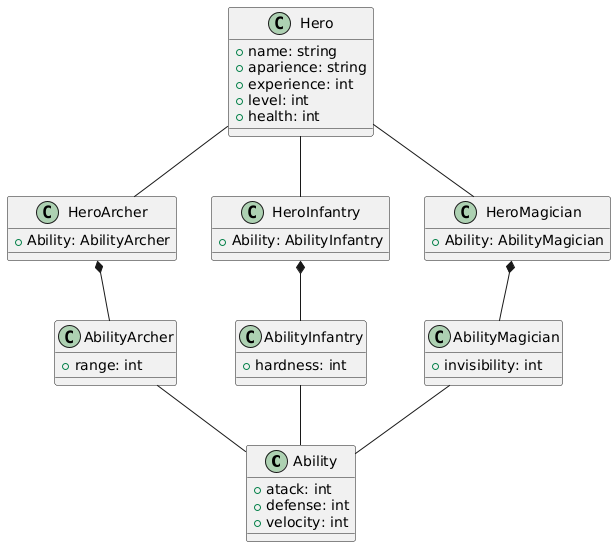
This is Prototype/out/Architecture/classDiagram/classDiagram.png from oscarquiroz94/designPatterns, a PlantUML export, as it was before one commit.
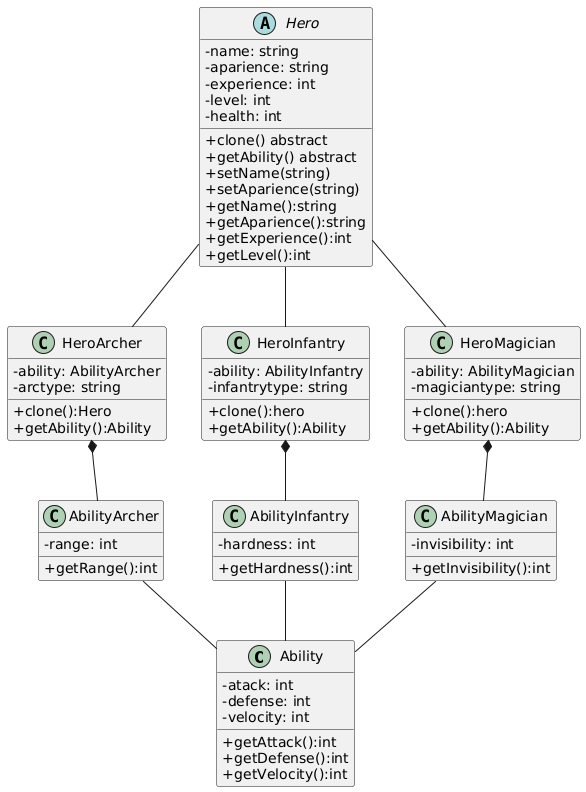
After the change.

Commit message:
review diagram class

What changed in the source:
```diff
@@ -1,37 +1,61 @@
 @startuml
+skinparam classAttributeIconSize 0
 class Ability {
-  +atack: int
-  +defense: int
-  +velocity: int
+  -atack: int
+  -defense: int
+  -velocity: int
+  +getAttack():int
+  +getDefense():int
+  +getVelocity():int
 }
 class AbilityArcher {
-  +range: int
+  -range: int
+  +getRange():int
 }
 class AbilityInfantry {
-  +hardness: int
+  -hardness: int
+  +getHardness():int
 }
 class AbilityMagician {
-  +invisibility: int
+  -invisibility: int
+  +getInvisibility():int
 }
 AbilityArcher -- Ability
 AbilityInfantry -- Ability
 AbilityMagician -- Ability
 
-class Hero{
-  +name: string
-  +aparience: string
-  +experience: int
-  +level: int
-  +health: int
+abstract class Hero{
+  -name: string
+  -aparience: string
+  -experience: int
+  -level: int
+  -health: int
+  +clone() abstract
+  +getAbility() abstract
+  +setName(string)
+  +setAparience(string)
+  +getName():string
+  +getAparience():string
+  +getExperience():int
+  +getLevel():int
 }
 class HeroArcher {
-  +Ability: AbilityArcher
+  -ability: AbilityArcher
+  -arctype: string
+  +clone():Hero
+  +getAbility():Ability
 }
 class HeroInfantry {
-  +Ability: AbilityInfantry
+  -ability: AbilityInfantry
+  -infantrytype: string
+  +clone():hero
+  +getAbility():Ability
 }
 class HeroMagician {
-  +Ability: AbilityMagician
+  -ability: AbilityMagician
+  -magiciantype: string
+  +clone():hero
+  +getAbility():Ability
 }
 Hero -- HeroArcher
 Hero -- HeroInfantry
```
